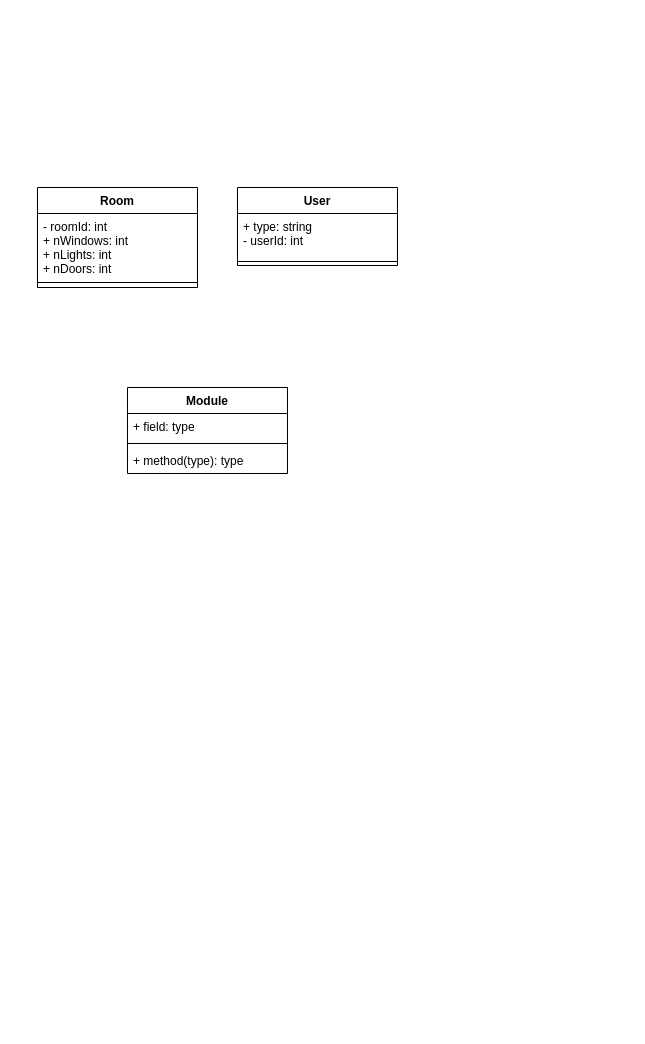
Earlier version of the draw.io diagram page "class" (2 of 3) of homeSysDiagrams.drawio (DGovi/soen343house). Source tidied: cells renumbered, new cells numbered last; positions are measured from the earlier drawing's top-left corner, leaving out a move shared by most shapes. Both pictures are drawn from the tidied source at 100%, with x=0, y=0 at pixel (37, 187).
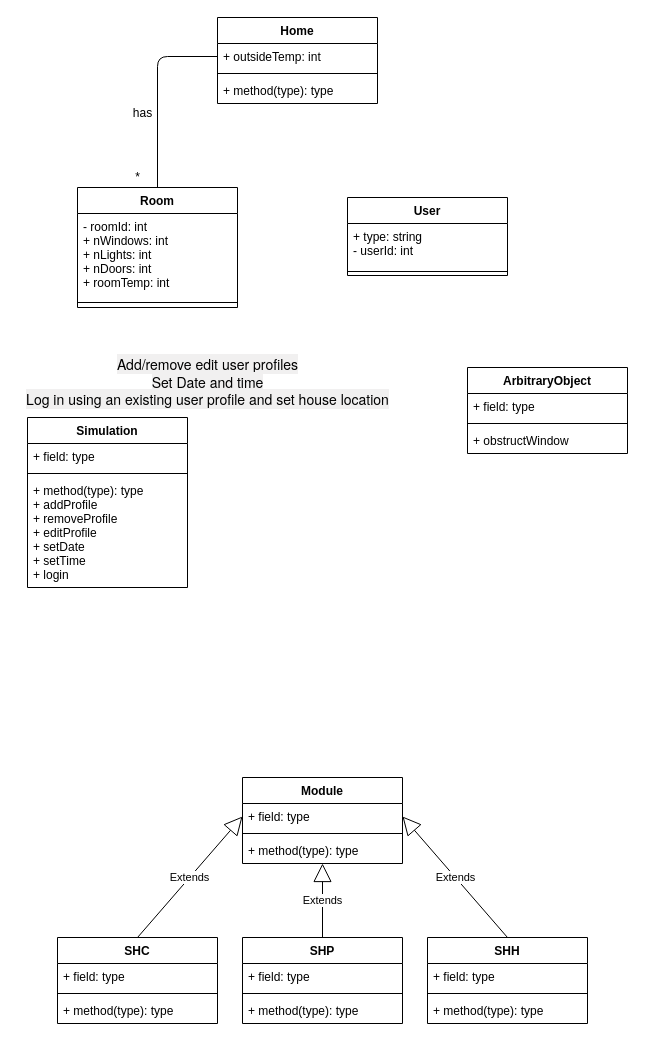
After the change.

Unchanged cells that the change refers to:
```xml
<mxCell id="9" value="+ field: type" style="text;strokeColor=none;fillColor=none;align=left;verticalAlign=top;spacingLeft=4;spacingRight=4;overflow=hidden;points=[[0,0.5],[1,0.5]];portConstraint=eastwest;" parent="8" vertex="1">
  <mxGeometry y="26" width="160" height="26" as="geometry" />
</mxCell>
<mxCell id="11" value="+ method(type): type" style="text;strokeColor=none;fillColor=none;align=left;verticalAlign=top;spacingLeft=4;spacingRight=4;overflow=hidden;points=[[0,0.5],[1,0.5]];portConstraint=eastwest;" parent="8" vertex="1">
  <mxGeometry y="60" width="160" height="26" as="geometry" />
</mxCell>
```

Diff of the diagram source:
```diff
@@
     <mxCell id="2" value="Room" style="swimlane;fontStyle=1;align=center;verticalAlign=top;horizontal=1;startSize=26;" parent="1" vertex="1">
-      <mxGeometry width="160" height="100" as="geometry" />
+      <mxGeometry x="40" width="160" height="120" as="geometry" />
     </mxCell>
-    <mxCell id="3" value="- roomId: int&#10;+ nWindows: int&#10;+ nLights: int&#10;+ nDoors: int" style="text;strokeColor=none;fillColor=none;align=left;verticalAlign=top;spacingLeft=4;spacingRight=4;overflow=hidden;" parent="2" vertex="1">
-      <mxGeometry y="26" width="160" height="64" as="geometry" />
+    <mxCell id="3" value="- roomId: int&#10;+ nWindows: int&#10;+ nLights: int&#10;+ nDoors: int&#10;+ roomTemp: int" style="text;strokeColor=none;fillColor=none;align=left;verticalAlign=top;spacingLeft=4;spacingRight=4;overflow=hidden;" parent="2" vertex="1">
+      <mxGeometry y="26" width="160" height="84" as="geometry" />
     </mxCell>
     <mxCell id="4" style="line;strokeWidth=1;fillColor=none;align=left;verticalAlign=middle;spacingTop=-1;spacingLeft=3;spacingRight=3;labelPosition=right;" parent="2" vertex="1">
-      <mxGeometry y="90" width="160" height="10" as="geometry" />
+      <mxGeometry y="110" width="160" height="10" as="geometry" />
     </mxCell>
+    <mxCell id="12" value="Home" style="swimlane;fontStyle=1;align=center;verticalAlign=top;horizontal=1;startSize=26;" parent="1" vertex="1">
+      <mxGeometry x="180" y="-170" width="160" height="86" as="geometry" />
+    </mxCell>
+    <mxCell id="13" value="+ outsideTemp: int" style="text;strokeColor=none;fillColor=none;align=left;verticalAlign=top;spacingLeft=4;spacingRight=4;overflow=hidden;points=[[0,0.5],[1,0.5]];portConstraint=eastwest;" parent="12" vertex="1">
+      <mxGeometry y="26" width="160" height="26" as="geometry" />
+    </mxCell>
+    <mxCell id="14" style="line;strokeWidth=1;fillColor=none;align=left;verticalAlign=middle;spacingTop=-1;spacingLeft=3;spacingRight=3;labelPosition=right;" parent="12" vertex="1">
+      <mxGeometry y="52" width="160" height="8" as="geometry" />
+    </mxCell>
+    <mxCell id="15" value="+ method(type): type" style="text;strokeColor=none;fillColor=none;align=left;verticalAlign=top;spacingLeft=4;spacingRight=4;overflow=hidden;" parent="12" vertex="1">
+      <mxGeometry y="60" width="160" height="26" as="geometry" />
+    </mxCell>
     <mxCell id="5" value="User" style="swimlane;fontStyle=1;align=center;verticalAlign=top;horizontal=1;startSize=26;" parent="1" vertex="1">
-      <mxGeometry x="200" width="160" height="78" as="geometry" />
+      <mxGeometry x="310" y="10" width="160" height="78" as="geometry" />
     </mxCell>
@@
+    <mxCell id="16" value="Extends" style="endArrow=block;endSize=16;endFill=0;html=1;exitX=0.5;exitY=0;exitDx=0;exitDy=0;entryX=0;entryY=0.5;entryDx=0;entryDy=0;" parent="1" edge="1" source="23" target="9">
+      <mxGeometry relative="1" as="geometry" />
+    </mxCell>
+    <mxCell id="17" value="Extends" style="endArrow=block;endSize=16;endFill=0;html=1;exitX=0.5;exitY=0;exitDx=0;exitDy=0;entryX=1;entryY=0.5;entryDx=0;entryDy=0;" parent="1" edge="1" source="27" target="9">
+      <mxGeometry relative="1" as="geometry" />
+    </mxCell>
+    <mxCell id="18" value="Extends" style="endArrow=block;endSize=16;endFill=0;html=1;exitX=0.5;exitY=0;exitDx=0;exitDy=0;entryX=0.5;entryY=1;entryDx=0;entryDy=0;entryPerimeter=0;" parent="1" edge="1" source="31" target="11">
+      <mxGeometry relative="1" as="geometry" />
+    </mxCell>
+    <mxCell id="19" style="endArrow=none;html=1;edgeStyle=orthogonalEdgeStyle;entryX=0.5;entryY=0;entryDx=0;entryDy=0;exitX=0;exitY=0.5;exitDx=0;exitDy=0;" parent="1" edge="1" source="13" target="2">
+      <mxGeometry relative="1" as="geometry" />
+    </mxCell>
+    <mxCell id="20" value="*" style="text;html=1;align=center;verticalAlign=middle;" parent="1" vertex="1">
+      <mxGeometry x="90" y="-20" width="20" height="20" as="geometry" />
+    </mxCell>
+    <mxCell id="21" value="has" style="text;html=1;align=center;verticalAlign=middle;" parent="1" vertex="1">
+      <mxGeometry x="90" y="-84" width="30" height="20" as="geometry" />
+    </mxCell>
+    <mxCell id="22" value="&lt;span style=&quot;font-family: &amp;#34;helvetica neue&amp;#34; , &amp;#34;segoe ui&amp;#34; , &amp;#34;helvetica&amp;#34; , &amp;#34;arial&amp;#34; , sans-serif ; font-size: 14px ; text-align: left ; background-color: rgb(241 , 240 , 240)&quot;&gt;Add/remove edit user profiles&lt;br/&gt;Set Date and time&lt;br/&gt;Log in using an existing user profile and set house location&lt;/span&gt;" style="text;html=1;align=center;verticalAlign=middle;" parent="1" vertex="1">
+      <mxGeometry x="-20" y="170" width="380" height="50" as="geometry" />
+    </mxCell>
+    <mxCell id="23" value="SHC" style="swimlane;fontStyle=1;align=center;verticalAlign=top;horizontal=1;startSize=26;" parent="1" vertex="1">
+      <mxGeometry x="20" y="750" width="160" height="86" as="geometry" />
+    </mxCell>
+    <mxCell id="24" value="+ field: type" style="text;strokeColor=none;fillColor=none;align=left;verticalAlign=top;spacingLeft=4;spacingRight=4;overflow=hidden;" parent="23" vertex="1">
+      <mxGeometry y="26" width="160" height="26" as="geometry" />
+    </mxCell>
+    <mxCell id="25" style="line;strokeWidth=1;fillColor=none;align=left;verticalAlign=middle;spacingTop=-1;spacingLeft=3;spacingRight=3;labelPosition=right;" parent="23" vertex="1">
+      <mxGeometry y="52" width="160" height="8" as="geometry" />
+    </mxCell>
+    <mxCell id="26" value="+ method(type): type" style="text;strokeColor=none;fillColor=none;align=left;verticalAlign=top;spacingLeft=4;spacingRight=4;overflow=hidden;" parent="23" vertex="1">
+      <mxGeometry y="60" width="160" height="26" as="geometry" />
+    </mxCell>
+    <mxCell id="27" value="SHH" style="swimlane;fontStyle=1;align=center;verticalAlign=top;horizontal=1;startSize=26;" parent="1" vertex="1">
+      <mxGeometry x="390" y="750" width="160" height="86" as="geometry" />
+    </mxCell>
+    <mxCell id="28" value="+ field: type" style="text;strokeColor=none;fillColor=none;align=left;verticalAlign=top;spacingLeft=4;spacingRight=4;overflow=hidden;" parent="27" vertex="1">
+      <mxGeometry y="26" width="160" height="26" as="geometry" />
+    </mxCell>
+    <mxCell id="29" style="line;strokeWidth=1;fillColor=none;align=left;verticalAlign=middle;spacingTop=-1;spacingLeft=3;spacingRight=3;labelPosition=right;" parent="27" vertex="1">
+      <mxGeometry y="52" width="160" height="8" as="geometry" />
+    </mxCell>
+    <mxCell id="30" value="+ method(type): type" style="text;strokeColor=none;fillColor=none;align=left;verticalAlign=top;spacingLeft=4;spacingRight=4;overflow=hidden;" parent="27" vertex="1">
+      <mxGeometry y="60" width="160" height="26" as="geometry" />
+    </mxCell>
+    <mxCell id="31" value="SHP" style="swimlane;fontStyle=1;align=center;verticalAlign=top;horizontal=1;startSize=26;" parent="1" vertex="1">
+      <mxGeometry x="205" y="750" width="160" height="86" as="geometry" />
+    </mxCell>
+    <mxCell id="32" value="+ field: type" style="text;strokeColor=none;fillColor=none;align=left;verticalAlign=top;spacingLeft=4;spacingRight=4;overflow=hidden;" parent="31" vertex="1">
+      <mxGeometry y="26" width="160" height="26" as="geometry" />
+    </mxCell>
+    <mxCell id="33" style="line;strokeWidth=1;fillColor=none;align=left;verticalAlign=middle;spacingTop=-1;spacingLeft=3;spacingRight=3;labelPosition=right;" parent="31" vertex="1">
+      <mxGeometry y="52" width="160" height="8" as="geometry" />
+    </mxCell>
+    <mxCell id="34" value="+ method(type): type" style="text;strokeColor=none;fillColor=none;align=left;verticalAlign=top;spacingLeft=4;spacingRight=4;overflow=hidden;" parent="31" vertex="1">
+      <mxGeometry y="60" width="160" height="26" as="geometry" />
+    </mxCell>
     <mxCell id="8" value="Module" style="swimlane;fontStyle=1;align=center;verticalAlign=top;horizontal=1;startSize=26;" parent="1" vertex="1">
-      <mxGeometry x="90" y="200" width="160" height="86" as="geometry" />
+      <mxGeometry x="205" y="590" width="160" height="86" as="geometry" />
     </mxCell>
@@
+    <mxCell id="35" value="Simulation" style="swimlane;fontStyle=1;align=center;verticalAlign=top;horizontal=1;startSize=26;" parent="1" vertex="1">
+      <mxGeometry x="-10" y="230" width="160" height="170" as="geometry" />
+    </mxCell>
+    <mxCell id="36" value="+ field: type" style="text;strokeColor=none;fillColor=none;align=left;verticalAlign=top;spacingLeft=4;spacingRight=4;overflow=hidden;" parent="35" vertex="1">
+      <mxGeometry y="26" width="160" height="26" as="geometry" />
+    </mxCell>
+    <mxCell id="37" style="line;strokeWidth=1;fillColor=none;align=left;verticalAlign=middle;spacingTop=-1;spacingLeft=3;spacingRight=3;labelPosition=right;" parent="35" vertex="1">
+      <mxGeometry y="52" width="160" height="8" as="geometry" />
+    </mxCell>
+    <mxCell id="38" value="+ method(type): type&#10;+ addProfile&#10;+ removeProfile&#10;+ editProfile&#10;+ setDate&#10;+ setTime&#10;+ login" style="text;strokeColor=none;fillColor=none;align=left;verticalAlign=top;spacingLeft=4;spacingRight=4;overflow=hidden;" parent="35" vertex="1">
+      <mxGeometry y="60" width="160" height="110" as="geometry" />
+    </mxCell>
+    <mxCell id="39" value="ArbitraryObject" style="swimlane;fontStyle=1;align=center;verticalAlign=top;horizontal=1;startSize=26;" parent="1" vertex="1">
+      <mxGeometry x="430" y="180" width="160" height="86" as="geometry" />
+    </mxCell>
+    <mxCell id="40" value="+ field: type" style="text;strokeColor=none;fillColor=none;align=left;verticalAlign=top;spacingLeft=4;spacingRight=4;overflow=hidden;" parent="39" vertex="1">
+      <mxGeometry y="26" width="160" height="26" as="geometry" />
+    </mxCell>
+    <mxCell id="41" style="line;strokeWidth=1;fillColor=none;align=left;verticalAlign=middle;spacingTop=-1;spacingLeft=3;spacingRight=3;labelPosition=right;" parent="39" vertex="1">
+      <mxGeometry y="52" width="160" height="8" as="geometry" />
+    </mxCell>
+    <mxCell id="42" value="+ obstructWindow" style="text;strokeColor=none;fillColor=none;align=left;verticalAlign=top;spacingLeft=4;spacingRight=4;overflow=hidden;" parent="39" vertex="1">
+      <mxGeometry y="60" width="160" height="26" as="geometry" />
+    </mxCell>
```
